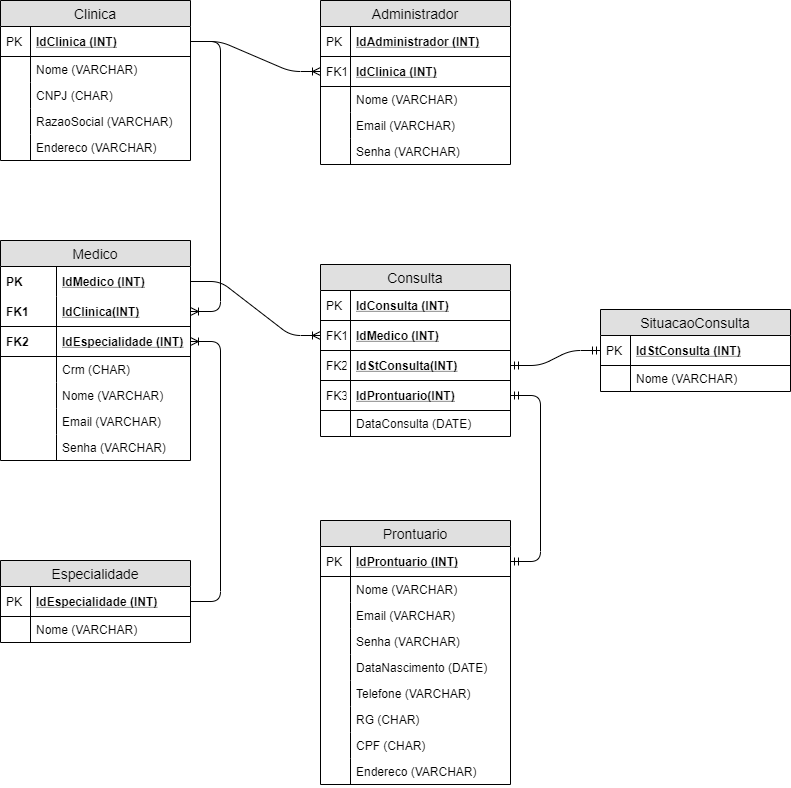
The draw.io diagram Modelagem/Modelagem-SpMedGroup-Logico.png in FelipeSabino-del/senai_spmedgroup_sprint1_bd_tarde_FelipeSabino-, before a commit. Source tidied: cells renumbered, new cells last; positions are measured from the earlier drawing's top-left corner, leaving out a move shared by most shapes.
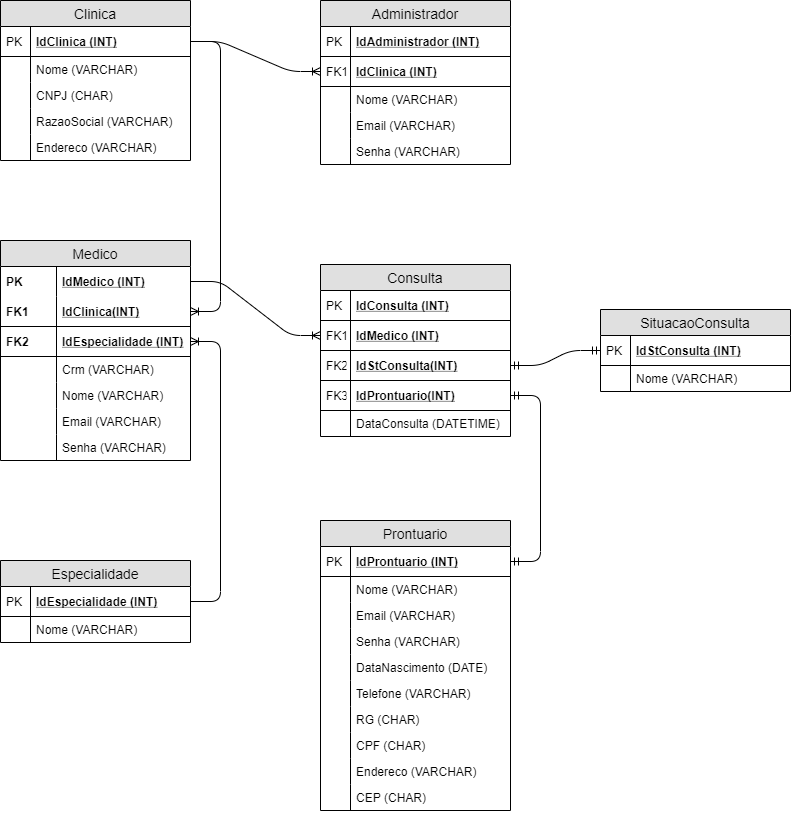
The same diagram one commit later.

Diff of the diagram source:
```diff
@@ -86,7 +86,7 @@
     <mxCell id="29" value="FK2" style="shape=partialRectangle;fontStyle=1;top=0;left=0;bottom=0;fillColor=none;align=left;verticalAlign=middle;spacingLeft=4;spacingRight=4;overflow=hidden;fontSize=12;" parent="28" vertex="1">
       <mxGeometry width="56" height="30" as="geometry" />
     </mxCell>
-    <mxCell id="30" value="Crm (CHAR)" style="shape=partialRectangle;top=0;left=0;right=0;bottom=0;align=left;verticalAlign=top;fillColor=none;spacingLeft=60;spacingRight=4;overflow=hidden;fontSize=12;" parent="23" vertex="1">
+    <mxCell id="30" value="Crm (VARCHAR)" style="shape=partialRectangle;top=0;left=0;right=0;bottom=0;align=left;verticalAlign=top;fillColor=none;spacingLeft=60;spacingRight=4;overflow=hidden;fontSize=12;" parent="23" vertex="1">
       <mxGeometry y="116" width="190" height="26" as="geometry" />
     </mxCell>
     <mxCell id="31" style="shape=partialRectangle;top=0;left=0;bottom=0;fillColor=none;align=left;verticalAlign=top;spacingLeft=4;spacingRight=4;overflow=hidden;fontSize=12;" parent="30" vertex="1">
@@ -144,7 +144,7 @@
       <mxGeometry width="30" height="26" as="geometry" />
     </mxCell>
     <mxCell id="49" value="Prontuario" style="swimlane;fontStyle=0;horizontal=1;startSize=26;fillColor=#e0e0e0;swimlaneFillColor=#ffffff;align=center;fontSize=14;" parent="1" vertex="1">
-      <mxGeometry x="320" y="520" width="190" height="264" as="geometry" />
+      <mxGeometry x="320" y="520" width="190" height="290" as="geometry" />
     </mxCell>
     <mxCell id="50" value="IdProntuario (INT)" style="shape=partialRectangle;top=0;left=0;right=0;bottom=1;align=left;verticalAlign=middle;fillColor=none;spacingLeft=34;spacingRight=4;overflow=hidden;points=[[0,0.5],[1,0.5]];portConstraint=eastwest;fontStyle=5;fontSize=12;" parent="49" vertex="1">
       <mxGeometry y="26" width="190" height="30" as="geometry" />
@@ -200,6 +200,12 @@
     <mxCell id="67" style="shape=partialRectangle;top=0;left=0;bottom=0;fillColor=none;align=left;verticalAlign=top;spacingLeft=4;spacingRight=4;overflow=hidden;fontSize=12;" parent="66" vertex="1">
       <mxGeometry width="30" height="26" as="geometry" />
     </mxCell>
+    <mxCell id="85" value="CEP (CHAR)" style="shape=partialRectangle;top=0;left=0;right=0;bottom=0;align=left;verticalAlign=top;fillColor=none;spacingLeft=34;spacingRight=4;overflow=hidden;fontSize=12;" parent="49" vertex="1">
+      <mxGeometry y="264" width="190" height="26" as="geometry" />
+    </mxCell>
+    <mxCell id="86" style="shape=partialRectangle;top=0;left=0;bottom=0;fillColor=none;align=left;verticalAlign=top;spacingLeft=4;spacingRight=4;overflow=hidden;fontSize=12;" parent="85" vertex="1">
+      <mxGeometry width="30" height="26" as="geometry" />
+    </mxCell>
     <mxCell id="68" value="Consulta" style="swimlane;fontStyle=0;horizontal=1;startSize=26;fillColor=#e0e0e0;swimlaneFillColor=#ffffff;align=center;fontSize=14;" parent="1" vertex="1">
       <mxGeometry x="320" y="264" width="190" height="172" as="geometry" />
     </mxCell>
@@ -227,7 +233,7 @@
     <mxCell id="76" value="FK3" style="shape=partialRectangle;top=0;left=0;bottom=0;fillColor=none;align=left;verticalAlign=middle;spacingLeft=4;spacingRight=4;overflow=hidden;fontSize=12;" parent="75" vertex="1">
       <mxGeometry width="30" height="30" as="geometry" />
     </mxCell>
-    <mxCell id="77" value="DataConsulta (DATE)" style="shape=partialRectangle;top=0;left=0;right=0;bottom=0;align=left;verticalAlign=top;fillColor=none;spacingLeft=34;spacingRight=4;overflow=hidden;fontSize=12;" parent="68" vertex="1">
+    <mxCell id="77" value="DataConsulta (DATETIME)" style="shape=partialRectangle;top=0;left=0;right=0;bottom=0;align=left;verticalAlign=top;fillColor=none;spacingLeft=34;spacingRight=4;overflow=hidden;fontSize=12;" parent="68" vertex="1">
       <mxGeometry y="146" width="190" height="26" as="geometry" />
     </mxCell>
     <mxCell id="78" style="shape=partialRectangle;top=0;left=0;bottom=0;fillColor=none;align=left;verticalAlign=top;spacingLeft=4;spacingRight=4;overflow=hidden;fontSize=12;" parent="77" vertex="1">
```
